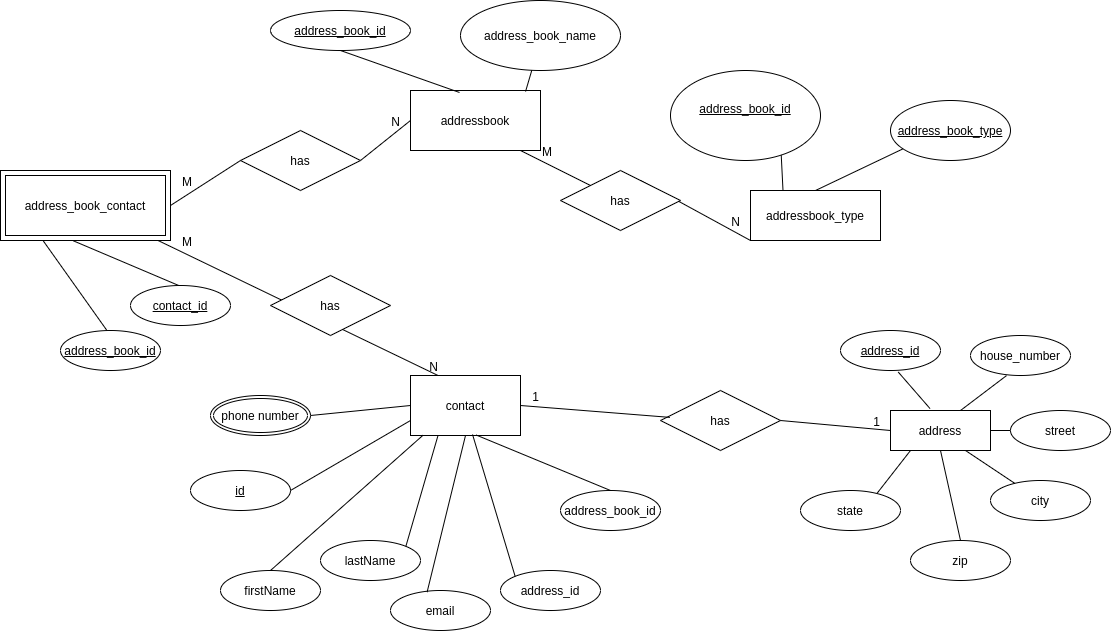
Above: address_book_ER_diagram.png in varshini-s/AddressBookSystem (draw.io), before the change. Source tidied: cells renumbered, new cells last; positions are measured from the earlier drawing's top-left corner, leaving out a move shared by most shapes.
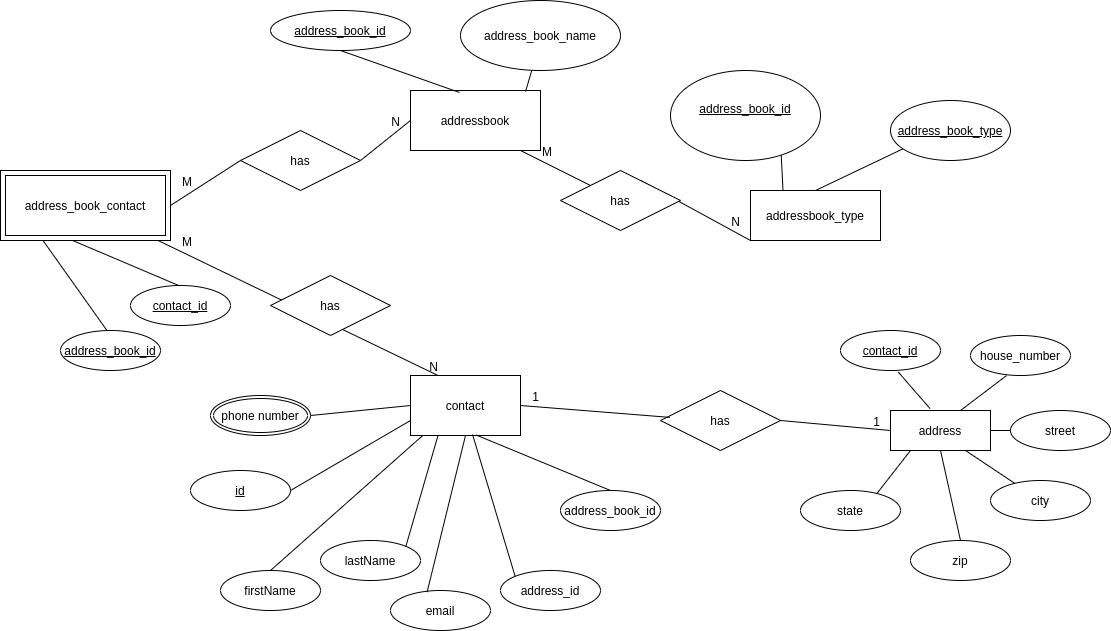
The same diagram one commit later.

Commit message:
MODIFIED: ER diagram for addressbook system

The edit, as a diff of the source:
```diff
@@ -53,7 +53,7 @@
     <mxCell id="16" style="endArrow=none;html=1;exitX=0.885;exitY=0.017;exitDx=0;exitDy=0;exitPerimeter=0;" parent="1" edge="1" source="4" target="14">
       <mxGeometry relative="1" as="geometry" />
     </mxCell>
-    <mxCell id="17" value="address_id" style="ellipse;whiteSpace=wrap;html=1;align=center;fontStyle=4;" parent="1" vertex="1">
+    <mxCell id="17" value="contact_id" style="ellipse;whiteSpace=wrap;html=1;align=center;fontStyle=4;" parent="1" vertex="1">
       <mxGeometry x="840" y="330" width="100" height="40" as="geometry" />
     </mxCell>
     <mxCell id="18" value="id" style="ellipse;whiteSpace=wrap;html=1;align=center;fontStyle=4;" parent="1" vertex="1">
```
